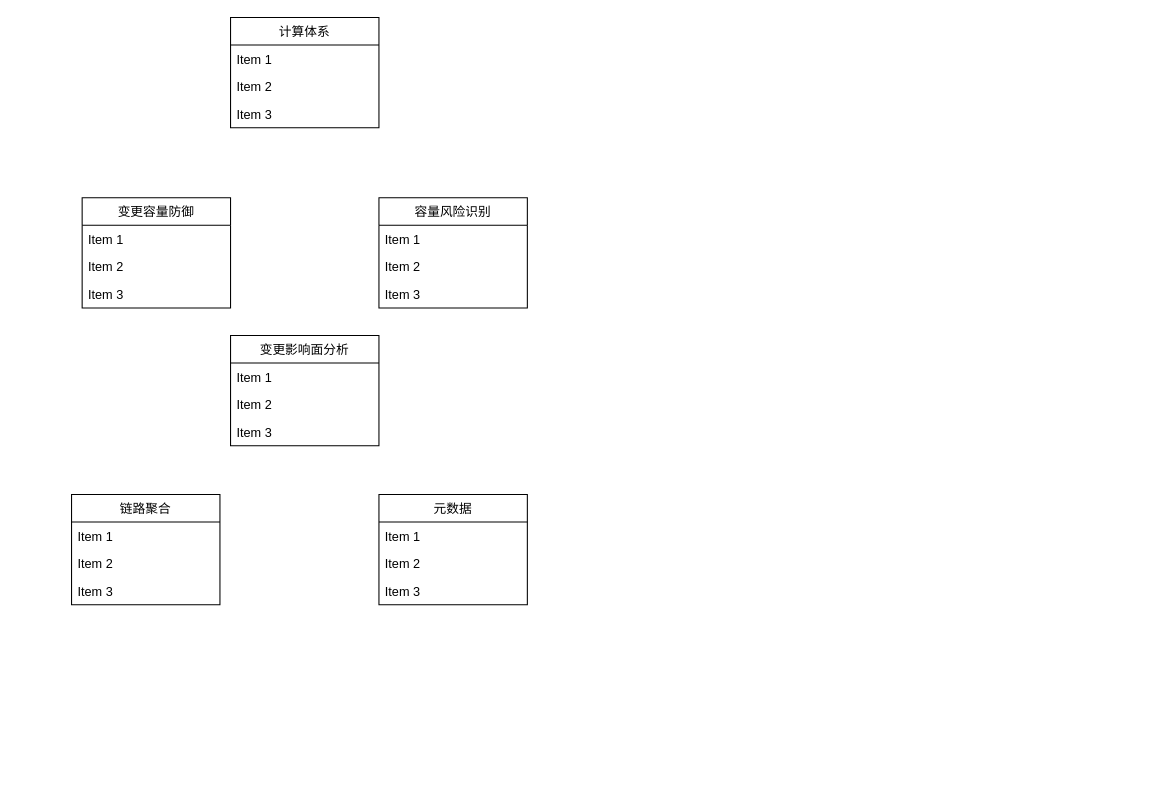
This is 蚂蚁金服/OKR组织.drawio from frankneu/draw.io, a draw.io file, before an edit. Source tidied: cells renumbered, new cells numbered last; positions are measured from the earlier drawing's top-left corner, leaving out a move shared by most shapes. Both pictures are drawn from the tidied source at 106%, with x=0, y=0 at pixel (71, 17).
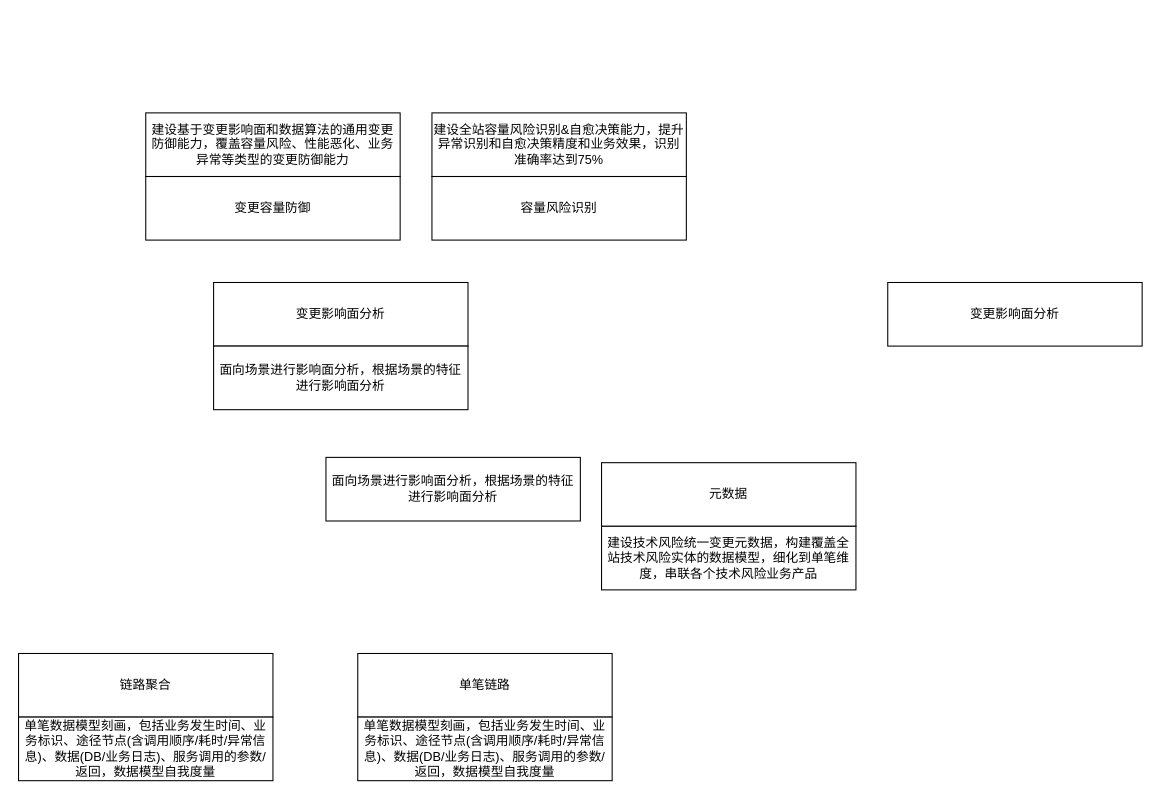
Above is the later version.

Diff of the diagram source:
```diff
@@
-    <mxCell id="2" value="变更容量防御" style="swimlane;fontStyle=0;horizontal=1;startSize=26;" parent="1" vertex="1">
-      <mxGeometry x="10" y="170" width="140" height="104" as="geometry" />
+    <mxCell id="2" value="变更容量防御" style="rounded=0;whiteSpace=wrap;html=1;" parent="1" vertex="1">
+      <mxGeometry x="70" y="150" width="240" height="60" as="geometry" />
     </mxCell>
-    <mxCell id="3" value="Item 1" style="text;strokeColor=none;fillColor=none;align=left;verticalAlign=top;spacingLeft=4;spacingRight=4;overflow=hidden;" parent="2" vertex="1">
-      <mxGeometry y="26" width="140" height="26" as="geometry" />
-    </mxCell>
-    <mxCell id="4" value="Item 2" style="text;strokeColor=none;fillColor=none;align=left;verticalAlign=top;spacingLeft=4;spacingRight=4;overflow=hidden;" parent="2" vertex="1">
-      <mxGeometry y="52" width="140" height="26" as="geometry" />
-    </mxCell>
-    <mxCell id="5" value="Item 3" style="text;strokeColor=none;fillColor=none;align=left;verticalAlign=top;spacingLeft=4;spacingRight=4;overflow=hidden;" parent="2" vertex="1">
-      <mxGeometry y="78" width="140" height="26" as="geometry" />
-    </mxCell>
-    <mxCell id="6" value="容量风险识别" style="swimlane;fontStyle=0;horizontal=1;startSize=26;" parent="1" vertex="1">
-      <mxGeometry x="290" y="170" width="140" height="104" as="geometry" />
+    <mxCell id="6" value="容量风险识别" style="rounded=0;whiteSpace=wrap;html=1;" parent="1" vertex="1">
+      <mxGeometry x="340" y="150" width="240" height="60" as="geometry" />
     </mxCell>
-    <mxCell id="7" value="Item 1" style="text;strokeColor=none;fillColor=none;align=left;verticalAlign=top;spacingLeft=4;spacingRight=4;overflow=hidden;" parent="6" vertex="1">
-      <mxGeometry y="26" width="140" height="26" as="geometry" />
-    </mxCell>
-    <mxCell id="8" value="Item 2" style="text;strokeColor=none;fillColor=none;align=left;verticalAlign=top;spacingLeft=4;spacingRight=4;overflow=hidden;" parent="6" vertex="1">
-      <mxGeometry y="52" width="140" height="26" as="geometry" />
-    </mxCell>
-    <mxCell id="9" value="Item 3" style="text;strokeColor=none;fillColor=none;align=left;verticalAlign=top;spacingLeft=4;spacingRight=4;overflow=hidden;" parent="6" vertex="1">
-      <mxGeometry y="78" width="140" height="26" as="geometry" />
-    </mxCell>
-    <mxCell id="10" value="变更影响面分析" style="swimlane;fontStyle=0;horizontal=1;startSize=26;" parent="1" vertex="1">
-      <mxGeometry x="150" y="300" width="140" height="104" as="geometry" />
-    </mxCell>
-    <mxCell id="11" value="Item 1" style="text;strokeColor=none;fillColor=none;align=left;verticalAlign=top;spacingLeft=4;spacingRight=4;overflow=hidden;" parent="10" vertex="1">
-      <mxGeometry y="26" width="140" height="26" as="geometry" />
-    </mxCell>
-    <mxCell id="12" value="Item 2" style="text;strokeColor=none;fillColor=none;align=left;verticalAlign=top;spacingLeft=4;spacingRight=4;overflow=hidden;" parent="10" vertex="1">
-      <mxGeometry y="52" width="140" height="26" as="geometry" />
-    </mxCell>
-    <mxCell id="13" value="Item 3" style="text;strokeColor=none;fillColor=none;align=left;verticalAlign=top;spacingLeft=4;spacingRight=4;overflow=hidden;" parent="10" vertex="1">
-      <mxGeometry y="78" width="140" height="26" as="geometry" />
-    </mxCell>
+    <mxCell id="18" value="元数据" style="rounded=0;whiteSpace=wrap;html=1;" parent="1" vertex="1">
+      <mxGeometry x="500" y="420" width="240" height="60" as="geometry" />
+    </mxCell>
+    <mxCell id="26" value="变更影响面分析" style="rounded=0;whiteSpace=wrap;html=1;" parent="1" vertex="1">
+      <mxGeometry x="134" y="250" width="240" height="60" as="geometry" />
+    </mxCell>
-    <mxCell id="14" value="链路聚合" style="swimlane;fontStyle=0;horizontal=1;startSize=26;" parent="1" vertex="1">
-      <mxGeometry y="450" width="140" height="104" as="geometry" />
+    <mxCell id="14" value="链路聚合" style="rounded=0;whiteSpace=wrap;html=1;" parent="1" vertex="1">
+      <mxGeometry x="-50" y="600" width="240" height="60" as="geometry" />
     </mxCell>
-    <mxCell id="15" value="Item 1" style="text;strokeColor=none;fillColor=none;align=left;verticalAlign=top;spacingLeft=4;spacingRight=4;overflow=hidden;" parent="14" vertex="1">
-      <mxGeometry y="26" width="140" height="26" as="geometry" />
-    </mxCell>
-    <mxCell id="16" value="Item 2" style="text;strokeColor=none;fillColor=none;align=left;verticalAlign=top;spacingLeft=4;spacingRight=4;overflow=hidden;" parent="14" vertex="1">
-      <mxGeometry y="52" width="140" height="26" as="geometry" />
-    </mxCell>
-    <mxCell id="17" value="Item 3" style="text;strokeColor=none;fillColor=none;align=left;verticalAlign=top;spacingLeft=4;spacingRight=4;overflow=hidden;" parent="14" vertex="1">
-      <mxGeometry y="78" width="140" height="26" as="geometry" />
-    </mxCell>
-    <mxCell id="18" value="元数据" style="swimlane;fontStyle=0;horizontal=1;startSize=26;" parent="1" vertex="1">
-      <mxGeometry x="290" y="450" width="140" height="104" as="geometry" />
-    </mxCell>
-    <mxCell id="19" value="Item 1" style="text;strokeColor=none;fillColor=none;align=left;verticalAlign=top;spacingLeft=4;spacingRight=4;overflow=hidden;" parent="18" vertex="1">
-      <mxGeometry y="26" width="140" height="26" as="geometry" />
-    </mxCell>
-    <mxCell id="20" value="Item 2" style="text;strokeColor=none;fillColor=none;align=left;verticalAlign=top;spacingLeft=4;spacingRight=4;overflow=hidden;" parent="18" vertex="1">
-      <mxGeometry y="52" width="140" height="26" as="geometry" />
-    </mxCell>
-    <mxCell id="21" value="Item 3" style="text;strokeColor=none;fillColor=none;align=left;verticalAlign=top;spacingLeft=4;spacingRight=4;overflow=hidden;" parent="18" vertex="1">
-      <mxGeometry y="78" width="140" height="26" as="geometry" />
-    </mxCell>
-    <mxCell id="22" value="计算体系" style="swimlane;fontStyle=0;horizontal=1;startSize=26;" parent="1" vertex="1">
-      <mxGeometry x="150" width="140" height="104" as="geometry" />
-    </mxCell>
-    <mxCell id="23" value="Item 1" style="text;strokeColor=none;fillColor=none;align=left;verticalAlign=top;spacingLeft=4;spacingRight=4;overflow=hidden;" parent="22" vertex="1">
-      <mxGeometry y="26" width="140" height="26" as="geometry" />
-    </mxCell>
-    <mxCell id="24" value="Item 2" style="text;strokeColor=none;fillColor=none;align=left;verticalAlign=top;spacingLeft=4;spacingRight=4;overflow=hidden;" parent="22" vertex="1">
-      <mxGeometry y="52" width="140" height="26" as="geometry" />
-    </mxCell>
-    <mxCell id="25" value="Item 3" style="text;strokeColor=none;fillColor=none;align=left;verticalAlign=top;spacingLeft=4;spacingRight=4;overflow=hidden;" parent="22" vertex="1">
-      <mxGeometry y="78" width="140" height="26" as="geometry" />
-    </mxCell>
+    <mxCell id="27" value="建设基于变更影响面和数据算法的通用变更防御能力，覆盖容量风险、性能恶化、业务异常等类型的变更防御能力" style="rounded=0;whiteSpace=wrap;html=1;" parent="1" vertex="1">
+      <mxGeometry x="70" y="90" width="240" height="60" as="geometry" />
+    </mxCell>
+    <mxCell id="28" value="建设全站容量风险识别&amp;amp;自愈决策能力，提升异常识别和自愈决策精度和业务效果，识别准确率达到75%" style="rounded=0;whiteSpace=wrap;html=1;" parent="1" vertex="1">
+      <mxGeometry x="340" y="90" width="240" height="60" as="geometry" />
+    </mxCell>
+    <mxCell id="29" value="&lt;span&gt;单笔数据模型刻画，包括业务发生时间、业务标识、途径节点(含调用顺序/耗时/异常信息)、数据(DB/业务日志)、服务调用的参数/返回，数据模型自我度量&lt;/span&gt;" style="rounded=0;whiteSpace=wrap;html=1;" parent="1" vertex="1">
+      <mxGeometry x="-50" y="660" width="240" height="60" as="geometry" />
+    </mxCell>
+    <mxCell id="30" value="建设技术风险统一变更元数据，构建覆盖全站技术风险实体的数据模型，细化到单笔维度，串联各个技术风险业务产品" style="rounded=0;whiteSpace=wrap;html=1;" parent="1" vertex="1">
+      <mxGeometry x="500" y="480" width="240" height="60" as="geometry" />
+    </mxCell>
+    <mxCell id="31" value="单笔链路" style="rounded=0;whiteSpace=wrap;html=1;" parent="1" vertex="1">
+      <mxGeometry x="270" y="600" width="240" height="60" as="geometry" />
+    </mxCell>
+    <mxCell id="32" value="单笔数据模型刻画，包括业务发生时间、业务标识、途径节点(含调用顺序/耗时/异常信息)、数据(DB/业务日志)、服务调用的参数/返回，数据模型自我度量" style="rounded=0;whiteSpace=wrap;html=1;" parent="1" vertex="1">
+      <mxGeometry x="270" y="660" width="240" height="60" as="geometry" />
+    </mxCell>
+    <mxCell id="33" value="面向场景进行影响面分析，根据场景的特征进行影响面分析" style="rounded=0;whiteSpace=wrap;html=1;" parent="1" vertex="1">
+      <mxGeometry x="134" y="310" width="240" height="60" as="geometry" />
+    </mxCell>
+    <mxCell id="34" value="面向场景进行影响面分析，根据场景的特征进行影响面分析" style="rounded=0;whiteSpace=wrap;html=1;" parent="1" vertex="1">
+      <mxGeometry x="240" y="415" width="240" height="60" as="geometry" />
+    </mxCell>
+    <mxCell id="35" value="变更影响面分析" style="rounded=0;whiteSpace=wrap;html=1;" parent="1" vertex="1">
+      <mxGeometry x="770" y="250" width="240" height="60" as="geometry" />
+    </mxCell>
```
